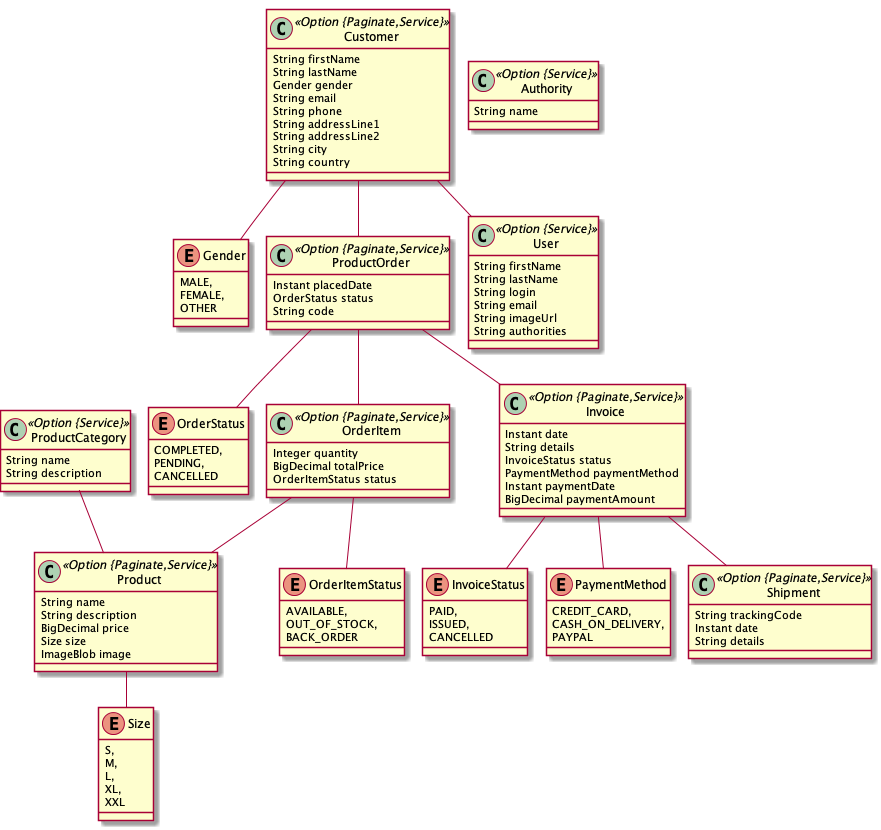
The PlantUML diagram online-store.png in febryAMZ/online-store, before a commit.
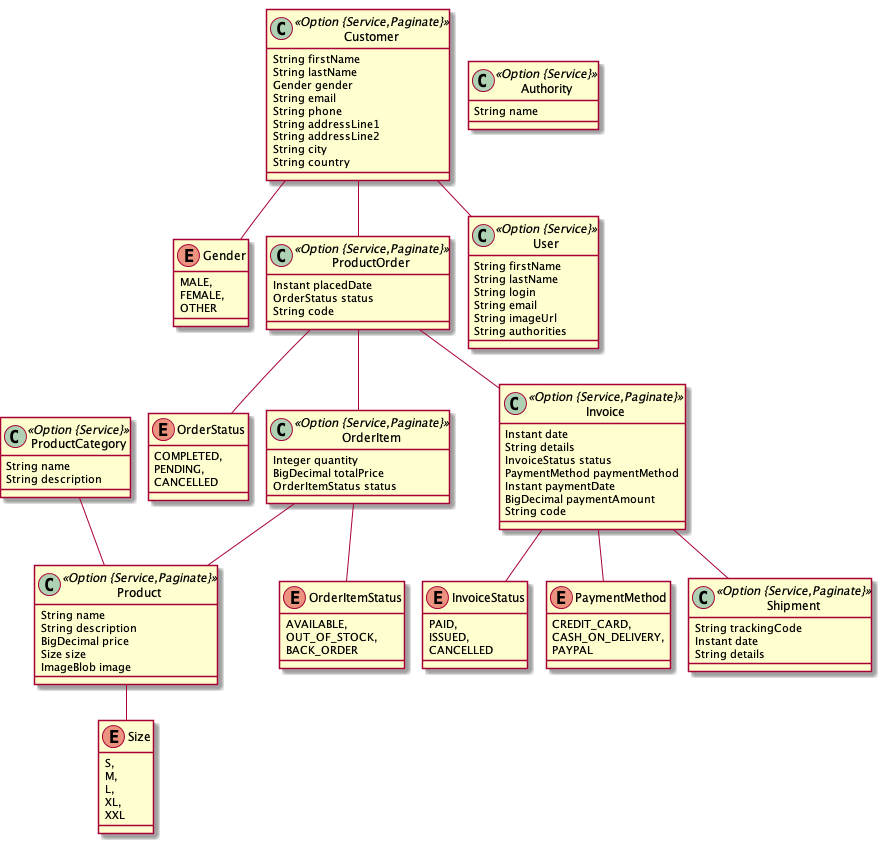
After the commit.

What changed in the source:
```diff
@@ -1,7 +1,7 @@
 @startuml
 	!pragma graphviz_dot jdot
 	!pragma syntax class
-	class Product <<Option {Paginate,Service}>> {
+	class Product <<Option {Service,Paginate}>> {
 		String name
 		String description
 		BigDecimal price
@@ -20,7 +20,7 @@
 		String name
 		String description
 	}
-	class Customer <<Option {Paginate,Service}>> {
+	class Customer <<Option {Service,Paginate}>> {
 		String firstName
 		String lastName
 		Gender gender
@@ -37,7 +37,7 @@
 		FEMALE,
 		OTHER
 	}
-	class ProductOrder <<Option {Paginate,Service}>> {
+	class ProductOrder <<Option {Service,Paginate}>> {
 		Instant placedDate
 		OrderStatus status
 		String code
@@ -48,7 +48,7 @@
 		PENDING,
 		CANCELLED
 	}
-	class OrderItem <<Option {Paginate,Service}>> {
+	class OrderItem <<Option {Service,Paginate}>> {
 		Integer quantity
 		BigDecimal totalPrice
 		OrderItemStatus status
@@ -59,13 +59,14 @@
 		OUT_OF_STOCK,
 		BACK_ORDER
 	}
-	class Invoice <<Option {Paginate,Service}>> {
+	class Invoice <<Option {Service,Paginate}>> {
 		Instant date
 		String details
 		InvoiceStatus status
 		PaymentMethod paymentMethod
 		Instant paymentDate
 		BigDecimal paymentAmount
+		String code
 	}
 	Invoice ..> InvoiceStatus
 	Invoice ..> PaymentMethod
@@ -79,18 +80,18 @@
 		CASH_ON_DELIVERY,
 		PAYPAL
 	}
-	class Shipment <<Option {Paginate,Service}>> {
+	class Shipment <<Option {Service,Paginate}>> {
 		String trackingCode
 		Instant date
 		String details
 	}
-	Customer  "user 0..1 " -- "0..1 "  User
-	OrderItem  "product 0..* " o-- "0..1 "  Product
-	Customer  "order 0..1 " --o "customer 0..* "  ProductOrder
-	ProductOrder  "orderItem 0..1 " --o "order 0..* "  OrderItem
-	ProductOrder  "invoice 0..1 " --o "order 0..* "  Invoice
-	Invoice  "shipment 0..1 " --o "invoice 0..* "  Shipment
-	ProductCategory  "product 0..1 " --o "productCategory 0..* "  Product
+	Customer  "user(login) 0..1 " -- "0..1 "  User
+	OrderItem  "product(name)  1..* " o-- "0..1 "  Product
+	Customer  "order 0..1 " --o "customer(email)  1..* "  ProductOrder
+	ProductOrder  "orderItem 0..1 " --o "order(code)  1..* "  OrderItem
+	ProductOrder  "invoice 0..1 " --o "order(code)  1..* "  Invoice
+	Invoice  "shipment 0..1 " --o "invoice(code)  1..* "  Shipment
+	ProductCategory  "product 0..1 " --o "productCategory(name) 0..* "  Product
 	class Authority <<Option {Service}>> {
 		String name
 	}
```
